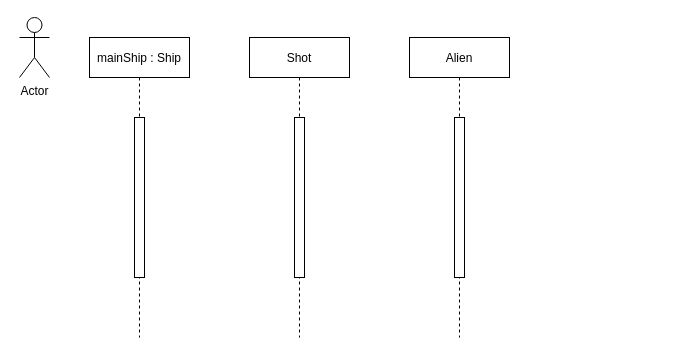
This is Diagrammes/DiagrammeDeSequence1.drawio from SamGreppinETML/SpacyNvader, a draw.io file, before an edit. Source tidied: cells renumbered, new cells numbered last; positions are measured from the earlier drawing's top-left corner, leaving out a move shared by most shapes. Both pictures are drawn from the tidied source at 100%, with x=0, y=0 at pixel (19, 17).
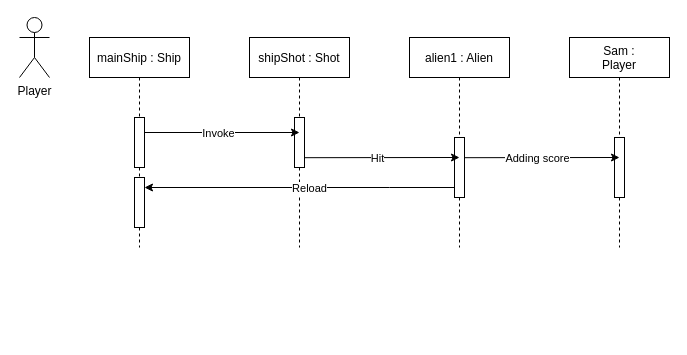
After the change.

Commit message (it also covers changes not shown here):
Crée le deuxième diagramme de classe

The edit, as a diff of the source:
```diff
@@
     <mxCell id="2" value="mainShip : Ship" style="shape=umlLifeline;perimeter=lifelinePerimeter;rounded=0;shadow=0;strokeWidth=1;" parent="1" vertex="1">
-      <mxGeometry x="70" y="20" width="100" height="300" as="geometry" />
+      <mxGeometry x="70" y="20" width="100" height="210" as="geometry" />
     </mxCell>
     <mxCell id="3" style="points=[];perimeter=orthogonalPerimeter;rounded=0;shadow=0;strokeWidth=1;" parent="2" vertex="1">
-      <mxGeometry x="45" y="80" width="10" height="160" as="geometry" />
+      <mxGeometry x="45" y="80" width="10" height="50" as="geometry" />
     </mxCell>
+    <mxCell id="9" style="points=[];perimeter=orthogonalPerimeter;rounded=0;shadow=0;strokeWidth=1;" parent="2" vertex="1">
+      <mxGeometry x="45" y="140" width="10" height="50" as="geometry" />
+    </mxCell>
-    <mxCell id="4" value="Shot" style="shape=umlLifeline;perimeter=lifelinePerimeter;rounded=0;shadow=0;strokeWidth=1;" parent="1" vertex="1">
-      <mxGeometry x="230" y="20" width="100" height="300" as="geometry" />
+    <mxCell id="4" value="shipShot : Shot" style="shape=umlLifeline;perimeter=lifelinePerimeter;rounded=0;shadow=0;strokeWidth=1;" parent="1" vertex="1">
+      <mxGeometry x="230" y="20" width="100" height="210" as="geometry" />
     </mxCell>
     <mxCell id="5" style="perimeter=orthogonalPerimeter;rounded=0;shadow=0;strokeWidth=1;" parent="4" vertex="1">
-      <mxGeometry x="45" y="80" width="10" height="160" as="geometry" />
+      <mxGeometry x="45" y="80" width="10" height="50" as="geometry" />
     </mxCell>
-    <mxCell id="6" value="Alien" style="shape=umlLifeline;perimeter=lifelinePerimeter;rounded=0;shadow=0;strokeWidth=1;" parent="1" vertex="1">
-      <mxGeometry x="390" y="20" width="100" height="300" as="geometry" />
+    <mxCell id="6" value="alien1 : Alien" style="shape=umlLifeline;perimeter=lifelinePerimeter;rounded=0;shadow=0;strokeWidth=1;" parent="1" vertex="1">
+      <mxGeometry x="390" y="20" width="100" height="210" as="geometry" />
     </mxCell>
     <mxCell id="7" style="points=[];perimeter=orthogonalPerimeter;rounded=0;shadow=0;strokeWidth=1;" parent="6" vertex="1">
-      <mxGeometry x="45" y="80" width="10" height="160" as="geometry" />
+      <mxGeometry x="45" y="100" width="10" height="60" as="geometry" />
     </mxCell>
+    <mxCell id="10" style="endArrow=classic;html=1;rounded=0;exitX=1;exitY=0.095;exitDx=0;exitDy=0;exitPerimeter=0;" parent="6" edge="1">
+      <mxGeometry relative="1" as="geometry">
+        <mxPoint x="-105" y="120.2" as="sourcePoint" />
+        <mxPoint x="50" y="120" as="targetPoint" />
+      </mxGeometry>
+    </mxCell>
+    <mxCell id="11" value="Hit" style="edgeLabel;html=1;align=center;verticalAlign=middle;" parent="10" vertex="1">
+      <mxGeometry x="-0.06" relative="1" as="geometry" />
+    </mxCell>
-    <mxCell id="8" value="Actor" style="shape=umlActor;verticalLabelPosition=bottom;verticalAlign=top;html=1;" parent="1" vertex="1">
+    <mxCell id="8" value="Player" style="shape=umlActor;verticalLabelPosition=bottom;verticalAlign=top;html=1;" parent="1" vertex="1">
       <mxGeometry width="30" height="60" as="geometry" />
     </mxCell>
+    <mxCell id="12" style="endArrow=classic;html=1;rounded=0;" parent="1" edge="1" source="3">
+      <mxGeometry relative="1" as="geometry">
+        <mxPoint x="280" y="115" as="targetPoint" />
+      </mxGeometry>
+    </mxCell>
+    <mxCell id="13" value="Invoke" style="edgeLabel;html=1;align=center;verticalAlign=middle;" parent="12" vertex="1">
+      <mxGeometry x="-0.06" relative="1" as="geometry" />
+    </mxCell>
+    <mxCell id="14" style="endArrow=classic;html=1;rounded=0;" parent="1" edge="1" source="7" target="9">
+      <mxGeometry relative="1" as="geometry">
+        <Array as="points">
+          <mxPoint x="370" y="170" />
+        </Array>
+      </mxGeometry>
+    </mxCell>
+    <mxCell id="15" value="Reload" style="edgeLabel;html=1;align=center;verticalAlign=middle;" parent="14" vertex="1">
+      <mxGeometry x="-0.06" relative="1" as="geometry" />
+    </mxCell>
+    <mxCell id="16" value="Sam :&#10;Player" style="shape=umlLifeline;perimeter=lifelinePerimeter;rounded=0;shadow=0;strokeWidth=1;" parent="1" vertex="1">
+      <mxGeometry x="550" y="20" width="100" height="210" as="geometry" />
+    </mxCell>
+    <mxCell id="17" style="perimeter=orthogonalPerimeter;rounded=0;shadow=0;strokeWidth=1;" parent="16" vertex="1">
+      <mxGeometry x="45" y="100" width="10" height="60" as="geometry" />
+    </mxCell>
+    <mxCell id="18" style="endArrow=classic;html=1;rounded=0;exitX=1;exitY=0.095;exitDx=0;exitDy=0;exitPerimeter=0;" parent="16" edge="1">
+      <mxGeometry relative="1" as="geometry">
+        <mxPoint x="-105" y="120.2" as="sourcePoint" />
+        <mxPoint x="50" y="120" as="targetPoint" />
+      </mxGeometry>
+    </mxCell>
+    <mxCell id="19" value="Adding score" style="edgeLabel;html=1;align=center;verticalAlign=middle;" parent="18" vertex="1">
+      <mxGeometry x="-0.06" relative="1" as="geometry" />
+    </mxCell>
```
